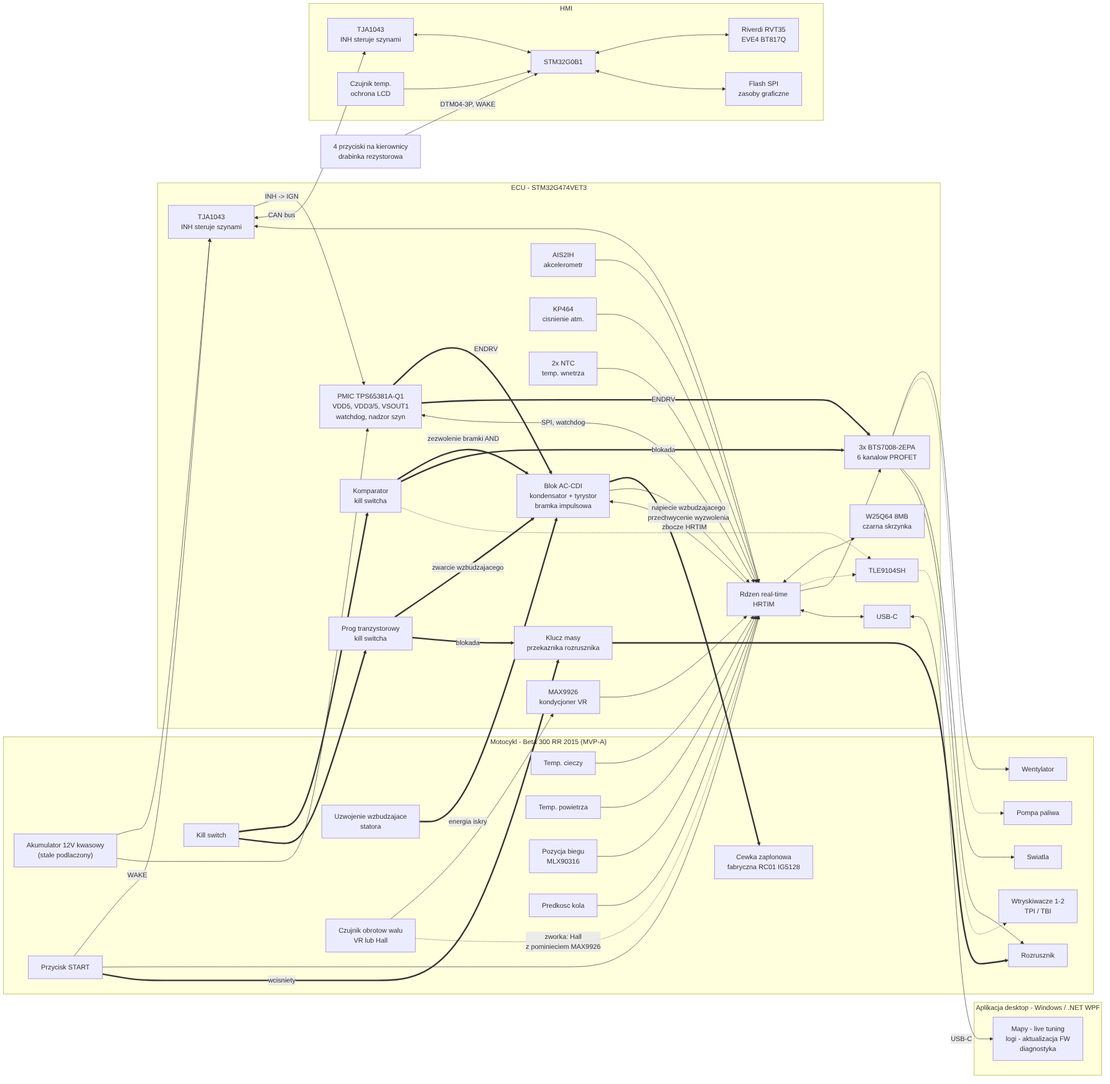
Before: diagrams/architektura-systemu.png, a diagram exported from Mermaid (DustWorx/DustONE-project-docs). Its source is kept beside it as diagrams/architektura-systemu.mermaid.
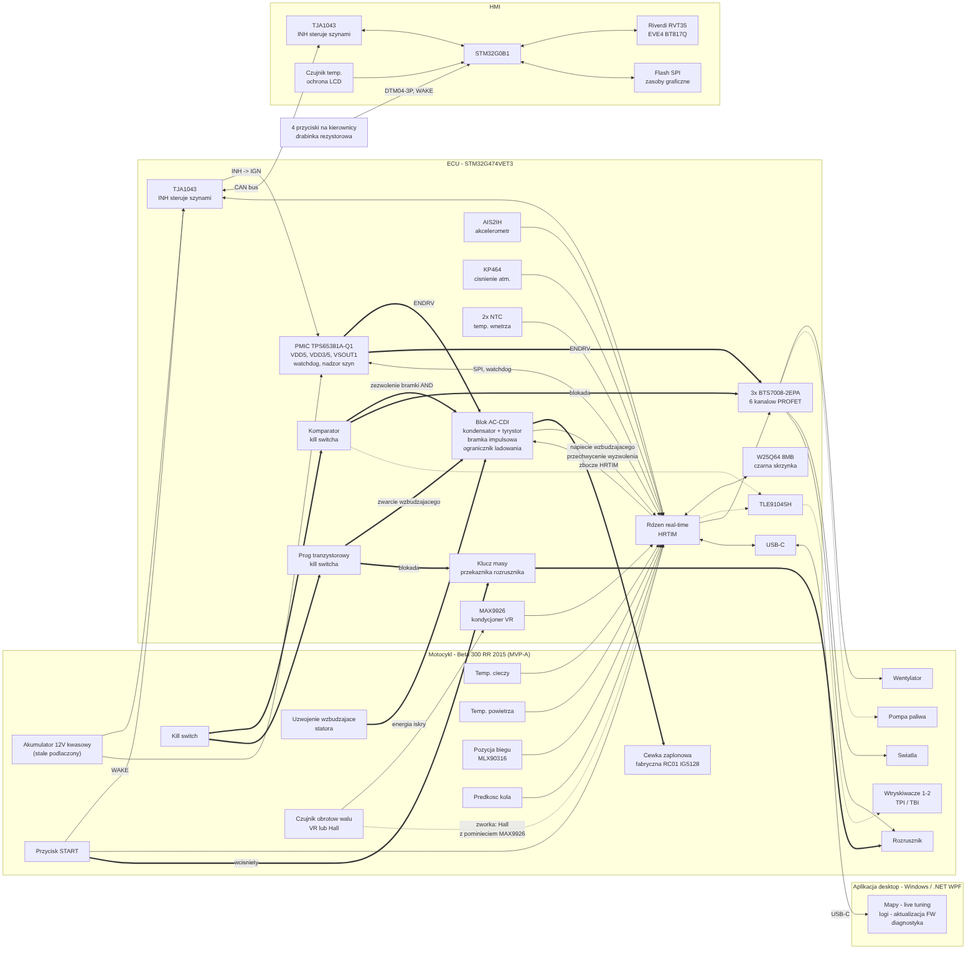
The same diagram one commit later.

Diff of the diagram source:
```diff
@@ -31,7 +31,7 @@
         CMP["Komparator<br/>kill switcha"]
         THR["Prog tranzystorowy<br/>kill switcha"]
         SKEY["Klucz masy<br/>przekaznika rozrusznika"]
-        CDI["Blok AC-CDI<br/>kondensator + tyrystor<br/>bramka impulsowa"]
+        CDI["Blok AC-CDI<br/>kondensator + tyrystor<br/>bramka impulsowa<br/>ogranicznik ladowania"]
         PROF["3x BTS7008-2EPA<br/>6 kanalow PROFET"]
         IDRV["TLE9104SH"]
         USB["USB-C"]
```
